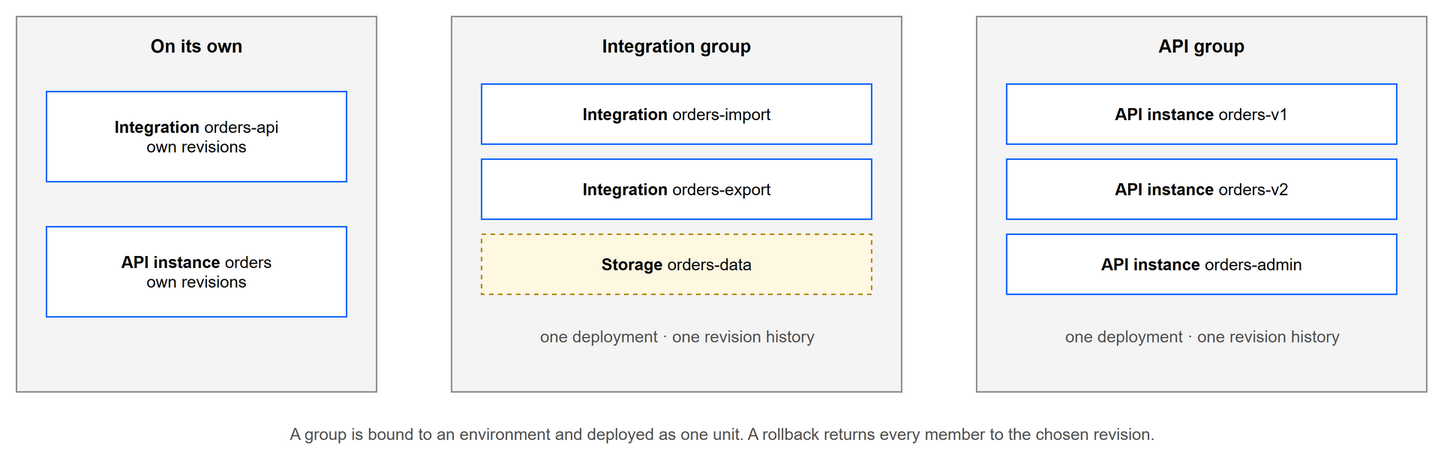
Above: static/img/runtime/groups.drawio.png in cml-x/docs (draw.io), before the change. Source tidied: cells renumbered, new cells last; positions are measured from the earlier drawing's top-left corner, leaving out a move shared by most shapes. Its diagram source:
```xml
<mxGraphModel>
  <root>
    <mxCell id="0" />
    <mxCell id="1" parent="0" />
    <mxCell id="2" value="On its own" style="rounded=0;whiteSpace=wrap;html=1;fillColor=#f4f4f4;strokeColor=#8d8d8d;verticalAlign=top;fontSize=12;fontStyle=1;spacingTop=6;" parent="1" vertex="1">
      <mxGeometry width="240" height="250" as="geometry" />
    </mxCell>
    <mxCell id="3" value="&lt;b&gt;Integration&lt;/b&gt; orders-api&lt;br&gt;own revisions" style="rounded=0;whiteSpace=wrap;html=1;fillColor=#ffffff;strokeColor=#0f62fe;fontSize=11;" parent="1" vertex="1">
      <mxGeometry x="20" y="50" width="200" height="60" as="geometry" />
    </mxCell>
    <mxCell id="4" value="&lt;b&gt;API instance&lt;/b&gt; orders&lt;br&gt;own revisions" style="rounded=0;whiteSpace=wrap;html=1;fillColor=#ffffff;strokeColor=#0f62fe;fontSize=11;" parent="1" vertex="1">
      <mxGeometry x="20" y="140" width="200" height="60" as="geometry" />
    </mxCell>
    <mxCell id="5" value="Integration group" style="rounded=0;whiteSpace=wrap;html=1;fillColor=#f4f4f4;strokeColor=#8d8d8d;verticalAlign=top;fontSize=12;fontStyle=1;spacingTop=6;" parent="1" vertex="1">
      <mxGeometry x="290" width="300" height="250" as="geometry" />
    </mxCell>
    <mxCell id="6" value="&lt;b&gt;Integration&lt;/b&gt; orders-import" style="rounded=0;whiteSpace=wrap;html=1;fillColor=#ffffff;strokeColor=#0f62fe;fontSize=11;" parent="1" vertex="1">
      <mxGeometry x="310" y="45" width="260" height="40" as="geometry" />
    </mxCell>
    <mxCell id="7" value="&lt;b&gt;Integration&lt;/b&gt; orders-export" style="rounded=0;whiteSpace=wrap;html=1;fillColor=#ffffff;strokeColor=#0f62fe;fontSize=11;" parent="1" vertex="1">
      <mxGeometry x="310" y="95" width="260" height="40" as="geometry" />
    </mxCell>
    <mxCell id="8" value="&lt;b&gt;Storage&lt;/b&gt; orders-data" style="rounded=0;whiteSpace=wrap;html=1;fillColor=#fff8e1;strokeColor=#b28600;fontSize=11;dashed=1;" parent="1" vertex="1">
      <mxGeometry x="310" y="145" width="260" height="40" as="geometry" />
    </mxCell>
    <mxCell id="9" value="one deployment · one revision history" style="text;html=1;align=center;verticalAlign=middle;fontSize=11;fontColor=#525252;" parent="1" vertex="1">
      <mxGeometry x="310" y="195" width="260" height="36" as="geometry" />
    </mxCell>
    <mxCell id="10" value="API group" style="rounded=0;whiteSpace=wrap;html=1;fillColor=#f4f4f4;strokeColor=#8d8d8d;verticalAlign=top;fontSize=12;fontStyle=1;spacingTop=6;" parent="1" vertex="1">
      <mxGeometry x="640" width="300" height="250" as="geometry" />
    </mxCell>
    <mxCell id="11" value="&lt;b&gt;API instance&lt;/b&gt; orders-v1" style="rounded=0;whiteSpace=wrap;html=1;fillColor=#ffffff;strokeColor=#0f62fe;fontSize=11;" parent="1" vertex="1">
      <mxGeometry x="660" y="45" width="260" height="40" as="geometry" />
    </mxCell>
    <mxCell id="12" value="&lt;b&gt;API instance&lt;/b&gt; orders-v2" style="rounded=0;whiteSpace=wrap;html=1;fillColor=#ffffff;strokeColor=#0f62fe;fontSize=11;" parent="1" vertex="1">
      <mxGeometry x="660" y="95" width="260" height="40" as="geometry" />
    </mxCell>
    <mxCell id="13" value="&lt;b&gt;API instance&lt;/b&gt; orders-admin" style="rounded=0;whiteSpace=wrap;html=1;fillColor=#ffffff;strokeColor=#0f62fe;fontSize=11;" parent="1" vertex="1">
      <mxGeometry x="660" y="145" width="260" height="40" as="geometry" />
    </mxCell>
    <mxCell id="14" value="one deployment · one revision history" style="text;html=1;align=center;verticalAlign=middle;fontSize=11;fontColor=#525252;" parent="1" vertex="1">
      <mxGeometry x="660" y="195" width="260" height="36" as="geometry" />
    </mxCell>
    <mxCell id="15" value="A group is bound to an environment and deployed as one unit. A rollback returns every member to the chosen revision." style="text;html=1;align=center;verticalAlign=middle;fontSize=11;fontColor=#525252;" parent="1" vertex="1">
      <mxGeometry y="265" width="940" height="26" as="geometry" />
    </mxCell>
  </root>
</mxGraphModel>
```
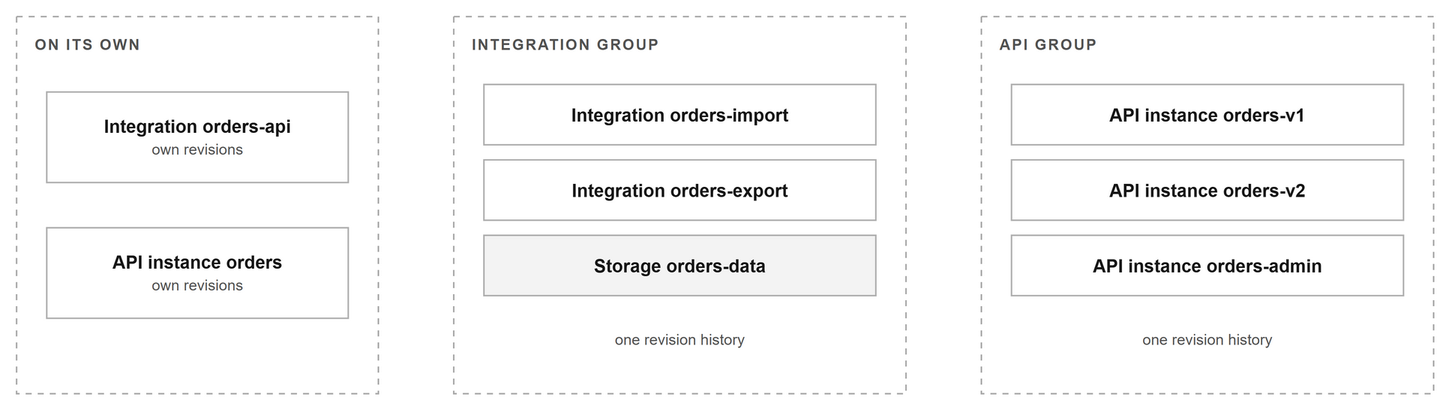
The same diagram one commit later.

Diff of the diagram source:
```diff
@@ -1,48 +1,45 @@
-<mxGraphModel>
+<mxGraphModel background="#FFFFFF">
   <root>
     <mxCell id="0" />
     <mxCell id="1" parent="0" />
-    <mxCell id="2" value="On its own" style="rounded=0;whiteSpace=wrap;html=1;fillColor=#f4f4f4;strokeColor=#8d8d8d;verticalAlign=top;fontSize=12;fontStyle=1;spacingTop=6;" parent="1" vertex="1">
+    <mxCell id="2" value="&lt;span style=&quot;font-size:10px;color:#525252;letter-spacing:1px&quot;&gt;&lt;b&gt;ON ITS OWN&lt;/b&gt;&lt;/span&gt;" style="rounded=0;whiteSpace=wrap;html=1;strokeWidth=1;fontColor=#161616;fontSize=12;fillColor=none;strokeColor=#A8A8A8;dashed=1;dashPattern=4 4;verticalAlign=top;align=left;spacingLeft=10;spacingTop=4;" parent="1" vertex="1">
       <mxGeometry width="240" height="250" as="geometry" />
     </mxCell>
-    <mxCell id="3" value="&lt;b&gt;Integration&lt;/b&gt; orders-api&lt;br&gt;own revisions" style="rounded=0;whiteSpace=wrap;html=1;fillColor=#ffffff;strokeColor=#0f62fe;fontSize=11;" parent="1" vertex="1">
+    <mxCell id="3" value="&lt;b&gt;Integration orders-api&lt;/b&gt;&lt;br&gt;&lt;span style=&quot;font-size:10px;color:#525252&quot;&gt;own revisions&lt;/span&gt;" style="rounded=0;whiteSpace=wrap;html=1;strokeWidth=1;fontColor=#161616;fontSize=12;fillColor=none;strokeColor=#8D8D8D;strokeOpacity=70;" parent="1" vertex="1">
       <mxGeometry x="20" y="50" width="200" height="60" as="geometry" />
     </mxCell>
-    <mxCell id="4" value="&lt;b&gt;API instance&lt;/b&gt; orders&lt;br&gt;own revisions" style="rounded=0;whiteSpace=wrap;html=1;fillColor=#ffffff;strokeColor=#0f62fe;fontSize=11;" parent="1" vertex="1">
+    <mxCell id="4" value="&lt;b&gt;API instance orders&lt;/b&gt;&lt;br&gt;&lt;span style=&quot;font-size:10px;color:#525252&quot;&gt;own revisions&lt;/span&gt;" style="rounded=0;whiteSpace=wrap;html=1;strokeWidth=1;fontColor=#161616;fontSize=12;fillColor=none;strokeColor=#8D8D8D;strokeOpacity=70;" parent="1" vertex="1">
       <mxGeometry x="20" y="140" width="200" height="60" as="geometry" />
     </mxCell>
-    <mxCell id="5" value="Integration group" style="rounded=0;whiteSpace=wrap;html=1;fillColor=#f4f4f4;strokeColor=#8d8d8d;verticalAlign=top;fontSize=12;fontStyle=1;spacingTop=6;" parent="1" vertex="1">
+    <mxCell id="5" value="&lt;span style=&quot;font-size:10px;color:#525252;letter-spacing:1px&quot;&gt;&lt;b&gt;INTEGRATION GROUP&lt;/b&gt;&lt;/span&gt;" style="rounded=0;whiteSpace=wrap;html=1;strokeWidth=1;fontColor=#161616;fontSize=12;fillColor=none;strokeColor=#A8A8A8;dashed=1;dashPattern=4 4;verticalAlign=top;align=left;spacingLeft=10;spacingTop=4;" parent="1" vertex="1">
       <mxGeometry x="290" width="300" height="250" as="geometry" />
     </mxCell>
-    <mxCell id="6" value="&lt;b&gt;Integration&lt;/b&gt; orders-import" style="rounded=0;whiteSpace=wrap;html=1;fillColor=#ffffff;strokeColor=#0f62fe;fontSize=11;" parent="1" vertex="1">
+    <mxCell id="6" value="&lt;b&gt;Integration orders-import&lt;/b&gt;" style="rounded=0;whiteSpace=wrap;html=1;strokeWidth=1;fontColor=#161616;fontSize=12;fillColor=none;strokeColor=#8D8D8D;strokeOpacity=70;" parent="1" vertex="1">
       <mxGeometry x="310" y="45" width="260" height="40" as="geometry" />
     </mxCell>
-    <mxCell id="7" value="&lt;b&gt;Integration&lt;/b&gt; orders-export" style="rounded=0;whiteSpace=wrap;html=1;fillColor=#ffffff;strokeColor=#0f62fe;fontSize=11;" parent="1" vertex="1">
+    <mxCell id="7" value="&lt;b&gt;Integration orders-export&lt;/b&gt;" style="rounded=0;whiteSpace=wrap;html=1;strokeWidth=1;fontColor=#161616;fontSize=12;fillColor=none;strokeColor=#8D8D8D;strokeOpacity=70;" parent="1" vertex="1">
       <mxGeometry x="310" y="95" width="260" height="40" as="geometry" />
     </mxCell>
-    <mxCell id="8" value="&lt;b&gt;Storage&lt;/b&gt; orders-data" style="rounded=0;whiteSpace=wrap;html=1;fillColor=#fff8e1;strokeColor=#b28600;fontSize=11;dashed=1;" parent="1" vertex="1">
+    <mxCell id="8" value="&lt;b&gt;Storage orders-data&lt;/b&gt;" style="rounded=0;whiteSpace=wrap;html=1;strokeWidth=1;fontColor=#161616;fontSize=12;fillColor=#161616;fillOpacity=5;strokeColor=#8D8D8D;strokeOpacity=70;" parent="1" vertex="1">
       <mxGeometry x="310" y="145" width="260" height="40" as="geometry" />
     </mxCell>
-    <mxCell id="9" value="one deployment · one revision history" style="text;html=1;align=center;verticalAlign=middle;fontSize=11;fontColor=#525252;" parent="1" vertex="1">
+    <mxCell id="9" value="&lt;span style=&quot;font-size:10px;color:#525252&quot;&gt;one revision history&lt;/span&gt;" style="rounded=0;whiteSpace=wrap;html=1;strokeWidth=1;fontColor=#161616;fontSize=12;fillColor=none;strokeColor=none;" parent="1" vertex="1">
       <mxGeometry x="310" y="195" width="260" height="36" as="geometry" />
     </mxCell>
-    <mxCell id="10" value="API group" style="rounded=0;whiteSpace=wrap;html=1;fillColor=#f4f4f4;strokeColor=#8d8d8d;verticalAlign=top;fontSize=12;fontStyle=1;spacingTop=6;" parent="1" vertex="1">
+    <mxCell id="10" value="&lt;span style=&quot;font-size:10px;color:#525252;letter-spacing:1px&quot;&gt;&lt;b&gt;API GROUP&lt;/b&gt;&lt;/span&gt;" style="rounded=0;whiteSpace=wrap;html=1;strokeWidth=1;fontColor=#161616;fontSize=12;fillColor=none;strokeColor=#A8A8A8;dashed=1;dashPattern=4 4;verticalAlign=top;align=left;spacingLeft=10;spacingTop=4;" parent="1" vertex="1">
       <mxGeometry x="640" width="300" height="250" as="geometry" />
     </mxCell>
-    <mxCell id="11" value="&lt;b&gt;API instance&lt;/b&gt; orders-v1" style="rounded=0;whiteSpace=wrap;html=1;fillColor=#ffffff;strokeColor=#0f62fe;fontSize=11;" parent="1" vertex="1">
+    <mxCell id="11" value="&lt;b&gt;API instance orders-v1&lt;/b&gt;" style="rounded=0;whiteSpace=wrap;html=1;strokeWidth=1;fontColor=#161616;fontSize=12;fillColor=none;strokeColor=#8D8D8D;strokeOpacity=70;" parent="1" vertex="1">
       <mxGeometry x="660" y="45" width="260" height="40" as="geometry" />
     </mxCell>
-    <mxCell id="12" value="&lt;b&gt;API instance&lt;/b&gt; orders-v2" style="rounded=0;whiteSpace=wrap;html=1;fillColor=#ffffff;strokeColor=#0f62fe;fontSize=11;" parent="1" vertex="1">
+    <mxCell id="12" value="&lt;b&gt;API instance orders-v2&lt;/b&gt;" style="rounded=0;whiteSpace=wrap;html=1;strokeWidth=1;fontColor=#161616;fontSize=12;fillColor=none;strokeColor=#8D8D8D;strokeOpacity=70;" parent="1" vertex="1">
       <mxGeometry x="660" y="95" width="260" height="40" as="geometry" />
     </mxCell>
-    <mxCell id="13" value="&lt;b&gt;API instance&lt;/b&gt; orders-admin" style="rounded=0;whiteSpace=wrap;html=1;fillColor=#ffffff;strokeColor=#0f62fe;fontSize=11;" parent="1" vertex="1">
+    <mxCell id="13" value="&lt;b&gt;API instance orders-admin&lt;/b&gt;" style="rounded=0;whiteSpace=wrap;html=1;strokeWidth=1;fontColor=#161616;fontSize=12;fillColor=none;strokeColor=#8D8D8D;strokeOpacity=70;" parent="1" vertex="1">
       <mxGeometry x="660" y="145" width="260" height="40" as="geometry" />
     </mxCell>
-    <mxCell id="14" value="one deployment · one revision history" style="text;html=1;align=center;verticalAlign=middle;fontSize=11;fontColor=#525252;" parent="1" vertex="1">
+    <mxCell id="14" value="&lt;span style=&quot;font-size:10px;color:#525252&quot;&gt;one revision history&lt;/span&gt;" style="rounded=0;whiteSpace=wrap;html=1;strokeWidth=1;fontColor=#161616;fontSize=12;fillColor=none;strokeColor=none;" parent="1" vertex="1">
       <mxGeometry x="660" y="195" width="260" height="36" as="geometry" />
     </mxCell>
-    <mxCell id="15" value="A group is bound to an environment and deployed as one unit. A rollback returns every member to the chosen revision." style="text;html=1;align=center;verticalAlign=middle;fontSize=11;fontColor=#525252;" parent="1" vertex="1">
-      <mxGeometry y="265" width="940" height="26" as="geometry" />
-    </mxCell>
   </root>
 </mxGraphModel>
```
